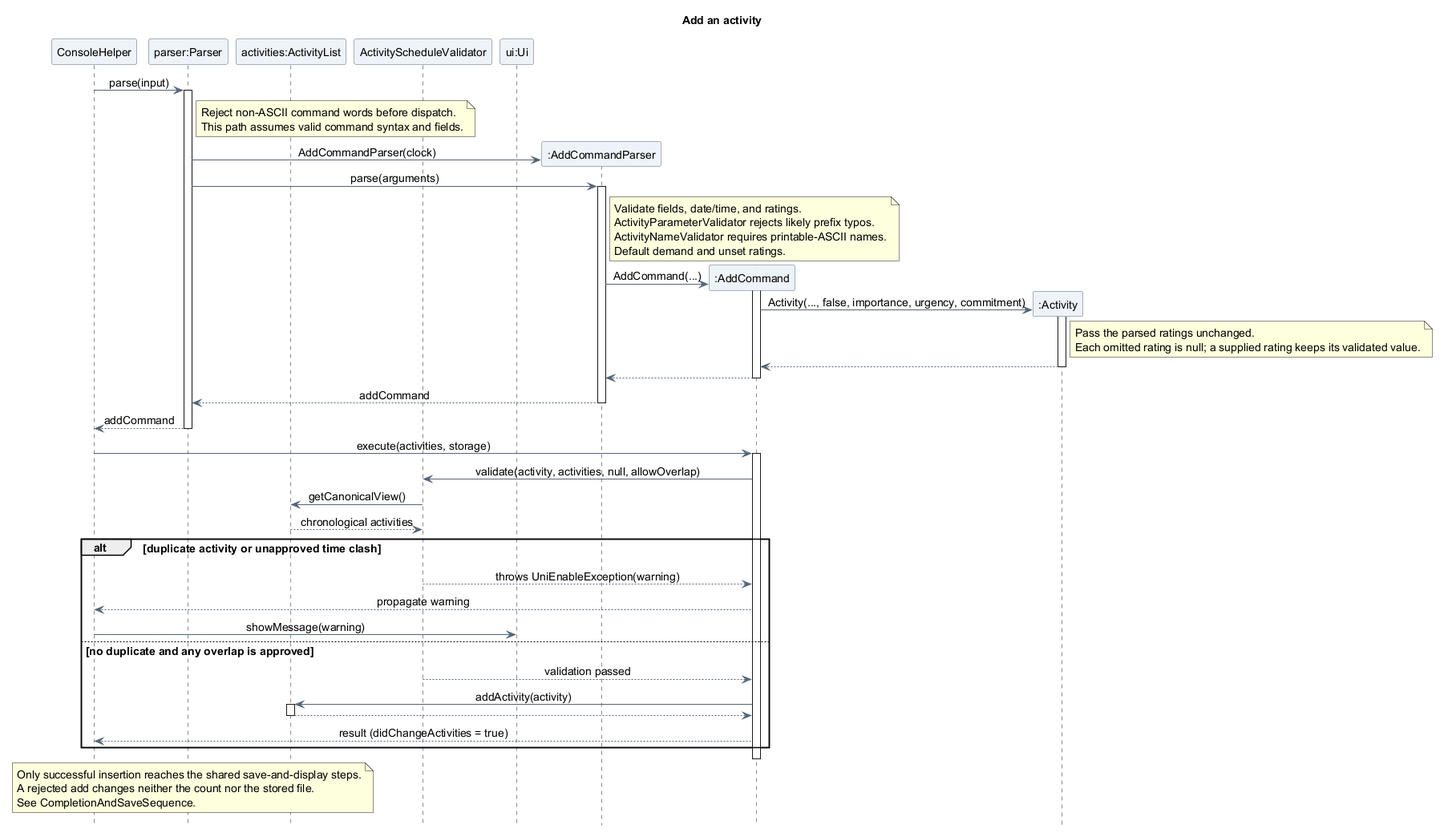
Earlier version of the PlantUML export docs/images/atharva/sequence/AddActivitySequence.png (AY2627S1-CS2113-T10-4/tp).
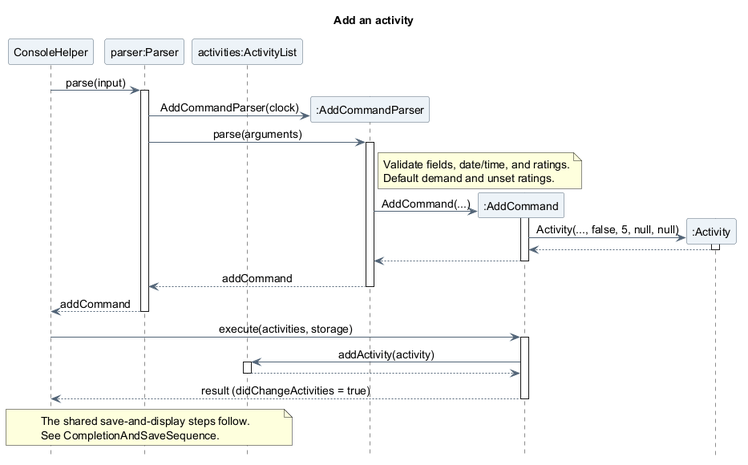
After the change.

The edit, as a diff of the source:
```diff
@@ -13,35 +13,23 @@
 participant "ConsoleHelper" as Console
 participant "parser:Parser" as Parser
 participant "activities:ActivityList" as Activities
-participant "ActivityScheduleValidator" as Schedule
-participant "ui:Ui" as UI
 
 Console -> Parser : parse(input)
 activate Parser
-note right of Parser
-  Reject non-ASCII command words before dispatch.
-  This path assumes valid command syntax and fields.
-end note
 create participant ":AddCommandParser" as AddParser
 Parser -> AddParser : AddCommandParser(clock)
 Parser -> AddParser : parse(arguments)
 activate AddParser
 note right of AddParser
   Validate fields, date/time, and ratings.
-  ActivityParameterValidator rejects likely prefix typos.
-  ActivityNameValidator requires printable-ASCII names.
   Default demand and unset ratings.
 end note
 create participant ":AddCommand" as Add
 AddParser -> Add : AddCommand(...)
 activate Add
 create participant ":Activity" as Activity
-Add -> Activity : Activity(..., false, importance, urgency, commitment)
+Add -> Activity : Activity(..., false, 5, null, null)
 activate Activity
-note right of Activity
-  Pass the parsed ratings unchanged.
-  Each omitted rating is null; a supplied rating keeps its validated value.
-end note
 Activity --> Add
 deactivate Activity
 Add --> AddParser
@@ -53,25 +41,14 @@
 
 Console -> Add : execute(activities, storage)
 activate Add
-Add -> Schedule : validate(activity, activities, null, allowOverlap)
-Schedule -> Activities : getCanonicalView()
-Activities --> Schedule : chronological activities
-alt duplicate activity or unapproved time clash
-  Schedule --> Add : throws UniEnableException(warning)
-  Add --> Console : propagate warning
-  Console -> UI : showMessage(warning)
-else no duplicate and any overlap is approved
-  Schedule --> Add : validation passed
-  Add -> Activities : addActivity(activity)
-  activate Activities
-  Activities --> Add
-  deactivate Activities
-  Add --> Console : result (didChangeActivities = true)
-end
+Add -> Activities : addActivity(activity)
+activate Activities
+Activities --> Add
+deactivate Activities
+Add --> Console : result (didChangeActivities = true)
 deactivate Add
 note over Console, Activities
-  Only successful insertion reaches the shared save-and-display steps.
-  A rejected add changes neither the count nor the stored file.
+  The shared save-and-display steps follow.
   See CompletionAndSaveSequence.
 end note
 @enduml
```
